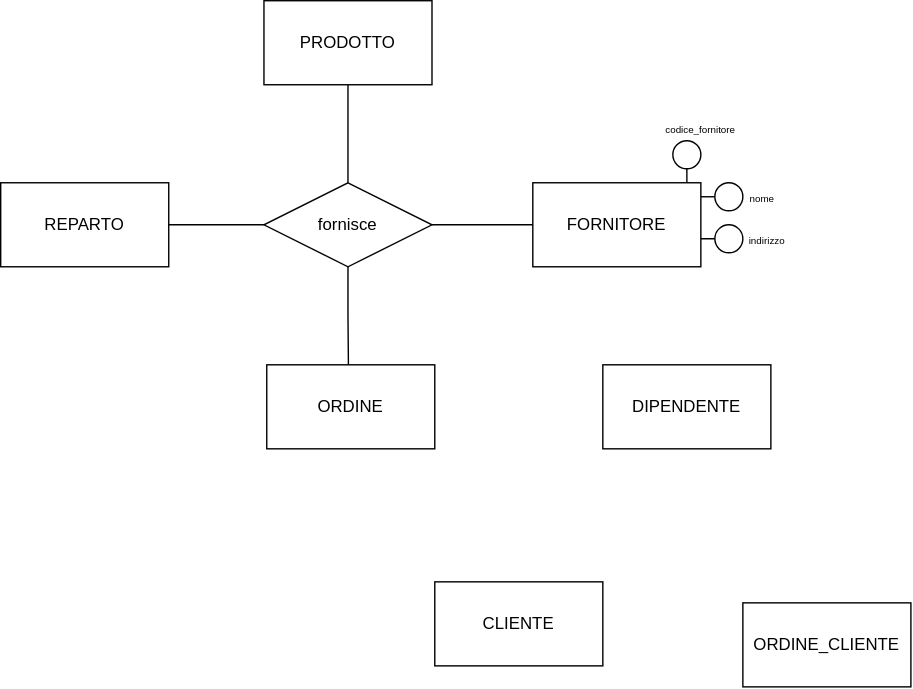
Above: ER_Diagram_Project.drawio.svg in giuliadellarovere/DBMS_Project_2026 (draw.io), before the change. Source tidied: cells renumbered, new cells last; positions are measured from the earlier drawing's top-left corner, leaving out a move shared by most shapes.
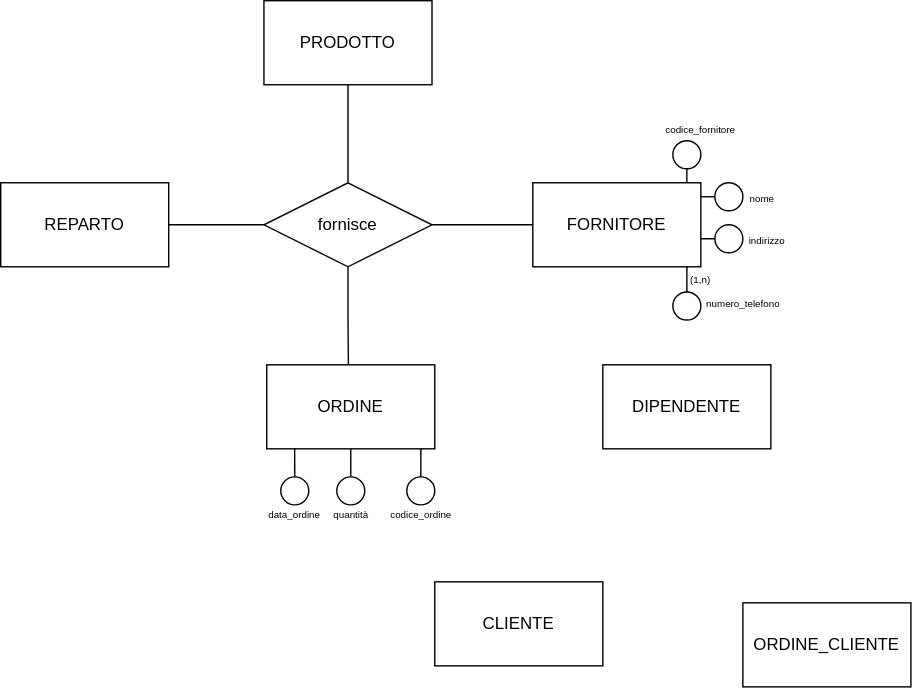
After the change.

What changed in the source:
```diff
@@ -91,5 +91,44 @@
     <mxCell id="30" style="edgeStyle=orthogonalEdgeStyle;rounded=0;jettySize=auto;html=1;exitX=0.5;exitY=1;exitDx=0;exitDy=0;entryX=0.917;entryY=0;entryDx=0;entryDy=0;entryPerimeter=0;defaultLabelBackgroundColor=page;labelPadding=0 4;endArrow=none;endFill=0;" parent="1" edge="1" source="21" target="2">
       <mxGeometry relative="1" as="geometry" />
     </mxCell>
+    <mxCell id="31" style="ellipse;whiteSpace=wrap;html=1;shapeInside=1;" parent="1" vertex="1">
+      <mxGeometry x="480" y="208" width="20" height="20" as="geometry" />
+    </mxCell>
+    <mxCell id="32" style="edgeStyle=orthogonalEdgeStyle;rounded=0;jettySize=auto;html=1;exitX=0.5;exitY=0;exitDx=0;exitDy=0;entryX=0.917;entryY=1;entryDx=0;entryDy=0;entryPerimeter=0;defaultLabelBackgroundColor=page;labelPadding=0 4;endArrow=none;endFill=0;" parent="1" edge="1" source="31" target="2">
+      <mxGeometry relative="1" as="geometry" />
+    </mxCell>
+    <mxCell id="33" value="&lt;span style=&quot;font-size: 7px;&quot;&gt;numero_telefono&lt;/span&gt;" style="text;html=1;whiteSpace=wrap;strokeColor=none;fillColor=none;align=center;verticalAlign=middle;rounded=0;" parent="1" vertex="1">
+      <mxGeometry x="503" y="210" width="55" height="10" as="geometry" />
+    </mxCell>
+    <mxCell id="34" value="&lt;span style=&quot;font-size: 7px;&quot;&gt;(1,n)&lt;/span&gt;" style="text;html=1;whiteSpace=wrap;strokeColor=none;fillColor=none;align=center;verticalAlign=middle;rounded=0;" parent="1" vertex="1">
+      <mxGeometry x="490" y="193" width="20" height="10" as="geometry" />
+    </mxCell>
+    <mxCell id="35" style="ellipse;whiteSpace=wrap;html=1;shapeInside=1;" parent="1" vertex="1">
+      <mxGeometry x="200" y="340" width="20" height="20" as="geometry" />
+    </mxCell>
+    <mxCell id="36" style="edgeStyle=orthogonalEdgeStyle;rounded=0;jettySize=auto;html=1;exitX=0.5;exitY=0;exitDx=0;exitDy=0;entryX=0.166;entryY=1;entryDx=0;entryDy=0;entryPerimeter=0;defaultLabelBackgroundColor=page;labelPadding=0 4;endArrow=none;endFill=0;" parent="1" edge="1" source="35" target="8">
+      <mxGeometry relative="1" as="geometry" />
+    </mxCell>
+    <mxCell id="37" style="edgeStyle=orthogonalEdgeStyle;rounded=0;jettySize=auto;html=1;exitX=0.5;exitY=0;exitDx=0;exitDy=0;entryX=0.5;entryY=1;entryDx=0;entryDy=0;defaultLabelBackgroundColor=page;labelPadding=0 4;endArrow=none;endFill=0;" parent="1" edge="1" source="38" target="8">
+      <mxGeometry relative="1" as="geometry" />
+    </mxCell>
+    <mxCell id="38" style="ellipse;whiteSpace=wrap;html=1;shapeInside=1;" parent="1" vertex="1">
+      <mxGeometry x="240" y="340" width="20" height="20" as="geometry" />
+    </mxCell>
+    <mxCell id="39" value="&lt;span style=&quot;font-size: 7px;&quot;&gt;data_ordine&lt;/span&gt;" style="text;html=1;whiteSpace=wrap;strokeColor=none;fillColor=none;align=center;verticalAlign=middle;rounded=0;" parent="1" vertex="1">
+      <mxGeometry x="191.2" y="361" width="37.5" height="10" as="geometry" />
+    </mxCell>
+    <mxCell id="40" value="&lt;span style=&quot;font-size: 7px;&quot;&gt;quantità&lt;/span&gt;" style="text;html=1;whiteSpace=wrap;strokeColor=none;fillColor=none;align=center;verticalAlign=middle;rounded=0;" parent="1" vertex="1">
+      <mxGeometry x="233" y="361" width="35" height="10" as="geometry" />
+    </mxCell>
+    <mxCell id="41" style="ellipse;whiteSpace=wrap;html=1;shapeInside=1;fillColor=light-dark(#FFFFFF,#000000);" parent="1" vertex="1">
+      <mxGeometry x="290" y="340" width="20" height="20" as="geometry" />
+    </mxCell>
+    <mxCell id="42" style="edgeStyle=orthogonalEdgeStyle;rounded=0;jettySize=auto;html=1;exitX=0.5;exitY=0;exitDx=0;exitDy=0;entryX=0.917;entryY=1;entryDx=0;entryDy=0;entryPerimeter=0;defaultLabelBackgroundColor=page;labelPadding=0 4;endArrow=none;endFill=0;" parent="1" edge="1" source="41" target="8">
+      <mxGeometry relative="1" as="geometry" />
+    </mxCell>
+    <mxCell id="43" value="&lt;span style=&quot;font-size: 7px;&quot;&gt;codice_ordine&lt;/span&gt;" style="text;html=1;whiteSpace=wrap;strokeColor=none;fillColor=none;align=center;verticalAlign=middle;rounded=0;" parent="1" vertex="1">
+      <mxGeometry x="272.5" y="361" width="55" height="10" as="geometry" />
+    </mxCell>
   </root>
 </mxGraphModel>
```
